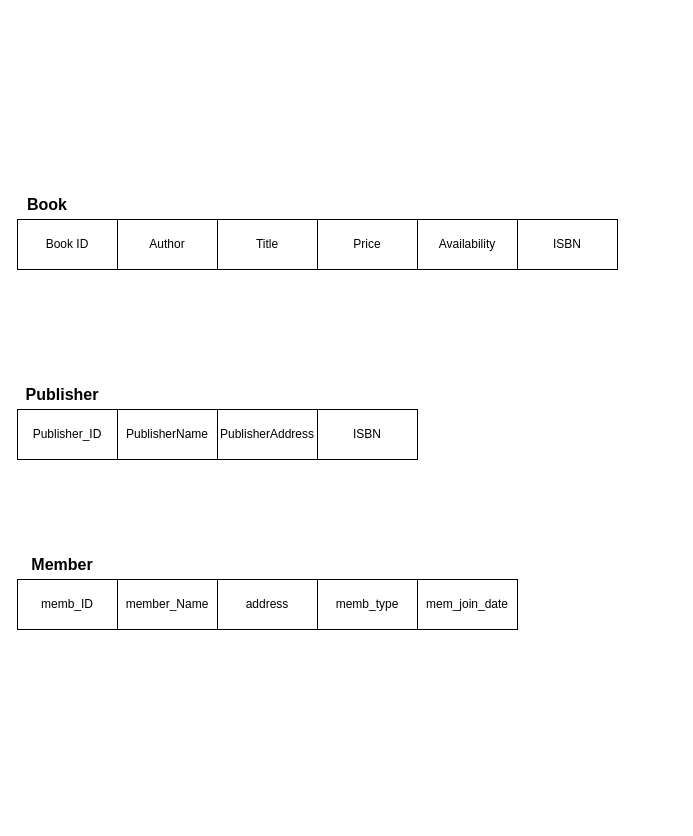
This is TABA/Untitled Diagram.drawio from sergio-oliveira-br/Database, a draw.io file, before an edit. Source tidied: cells renumbered, new cells numbered last; positions are measured from the earlier drawing's top-left corner, leaving out a move shared by most shapes. Both pictures are drawn from the tidied source at 100%, with x=0, y=0 at pixel (17, 189).
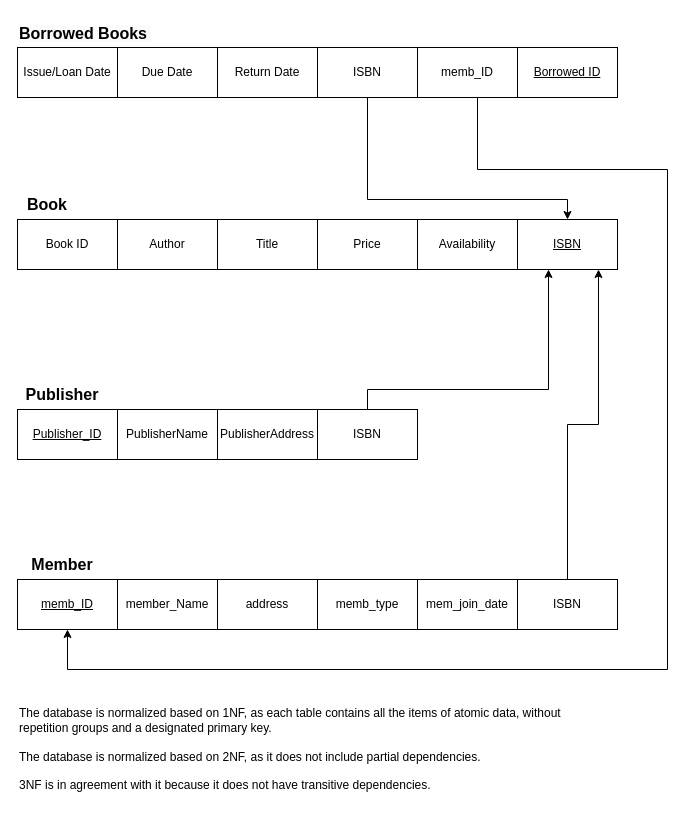
After the change.

Unchanged cells that the change refers to:
```xml
<mxCell id="14" value="ISBN" style="rounded=0;whiteSpace=wrap;html=1;" parent="1" vertex="1">
  <mxGeometry x="300" y="220" width="100" height="50" as="geometry" />
</mxCell>
```

The edit, as a diff of the source:
```diff
@@
-    <mxCell id="7" value="ISBN" style="rounded=0;whiteSpace=wrap;html=1;" parent="1" vertex="1">
+    <mxCell id="7" value="ISBN" style="rounded=0;whiteSpace=wrap;html=1;fontStyle=4;" parent="1" vertex="1">
       <mxGeometry x="500" y="30" width="100" height="50" as="geometry" />
     </mxCell>
-    <mxCell id="8" value="Publisher_ID" style="rounded=0;whiteSpace=wrap;html=1;" parent="1" vertex="1">
+    <mxCell id="8" value="Publisher_ID" style="rounded=0;whiteSpace=wrap;html=1;fontStyle=4;" parent="1" vertex="1">
       <mxGeometry y="220" width="100" height="50" as="geometry" />
     </mxCell>
@@
+    <mxCell id="20" style="edgeStyle=orthogonalEdgeStyle;rounded=0;jettySize=auto;html=1;" parent="1" edge="1" source="14" target="7">
+      <mxGeometry relative="1" as="geometry">
+        <Array as="points">
+          <mxPoint x="350" y="200" />
+          <mxPoint x="531" y="200" />
+        </Array>
+      </mxGeometry>
+    </mxCell>
@@
+    <mxCell id="21" style="edgeStyle=orthogonalEdgeStyle;rounded=0;jettySize=auto;html=1;" parent="1" edge="1" source="28" target="15">
+      <mxGeometry relative="1" as="geometry">
+        <Array as="points">
+          <mxPoint x="460" y="-20" />
+          <mxPoint x="650" y="-20" />
+          <mxPoint x="650" y="480" />
+          <mxPoint x="50" y="480" />
+        </Array>
+      </mxGeometry>
+    </mxCell>
-    <mxCell id="15" value="memb_ID" style="rounded=0;whiteSpace=wrap;html=1;" parent="1" vertex="1">
+    <mxCell id="15" value="memb_ID" style="rounded=0;whiteSpace=wrap;html=1;fontStyle=4;" parent="1" vertex="1">
       <mxGeometry y="390" width="100" height="50" as="geometry" />
     </mxCell>
@@
+    <mxCell id="22" value="Issue/Loan Date" style="rounded=0;whiteSpace=wrap;html=1;fontStyle=0;" parent="1" vertex="1">
+      <mxGeometry y="-142" width="100" height="50" as="geometry" />
+    </mxCell>
+    <mxCell id="23" value="Due Date" style="rounded=0;whiteSpace=wrap;html=1;" parent="1" vertex="1">
+      <mxGeometry x="100" y="-142" width="100" height="50" as="geometry" />
+    </mxCell>
+    <mxCell id="24" value="Return Date" style="rounded=0;whiteSpace=wrap;html=1;" parent="1" vertex="1">
+      <mxGeometry x="200" y="-142" width="100" height="50" as="geometry" />
+    </mxCell>
+    <mxCell id="25" style="edgeStyle=orthogonalEdgeStyle;rounded=0;jettySize=auto;html=1;" parent="1" edge="1" source="26" target="7">
+      <mxGeometry relative="1" as="geometry">
+        <Array as="points">
+          <mxPoint x="550" y="235" />
+          <mxPoint x="581" y="235" />
+        </Array>
+      </mxGeometry>
+    </mxCell>
+    <mxCell id="26" value="ISBN" style="rounded=0;whiteSpace=wrap;html=1;" parent="1" vertex="1">
+      <mxGeometry x="500" y="390" width="100" height="50" as="geometry" />
+    </mxCell>
+    <mxCell id="27" value="The database is normalized based on 1NF, as each table contains all the items of atomic data, without repetition groups and a designated primary key.&lt;br&gt;&lt;br&gt;The database is normalized based on 2NF, as it does not include partial dependencies.&lt;br&gt;&lt;br&gt;3NF is in agreement with it because it does not have transitive dependencies.&amp;nbsp;" style="text;html=1;strokeColor=none;fillColor=none;align=left;verticalAlign=middle;whiteSpace=wrap;rounded=0;" parent="1" vertex="1">
+      <mxGeometry y="490" width="550" height="140" as="geometry" />
+    </mxCell>
+    <mxCell id="28" value="memb_ID" style="rounded=0;whiteSpace=wrap;html=1;fontStyle=0;" parent="1" vertex="1">
+      <mxGeometry x="400" y="-142" width="100" height="50" as="geometry" />
+    </mxCell>
+    <mxCell id="29" style="edgeStyle=orthogonalEdgeStyle;rounded=0;jettySize=auto;html=1;" parent="1" edge="1" source="30" target="7">
+      <mxGeometry relative="1" as="geometry">
+        <Array as="points">
+          <mxPoint x="350" y="10" />
+          <mxPoint x="550" y="10" />
+        </Array>
+      </mxGeometry>
+    </mxCell>
+    <mxCell id="30" value="ISBN" style="rounded=0;whiteSpace=wrap;html=1;" parent="1" vertex="1">
+      <mxGeometry x="300" y="-142" width="100" height="50" as="geometry" />
+    </mxCell>
+    <mxCell id="31" value="Borrowed ID" style="rounded=0;whiteSpace=wrap;html=1;fontStyle=4;" parent="1" vertex="1">
+      <mxGeometry x="500" y="-142" width="100" height="50" as="geometry" />
+    </mxCell>
+    <mxCell id="32" value="&lt;span style=&quot;caret-color: rgb(0, 0, 0); color: rgb(0, 0, 0); font-family: Helvetica; font-size: 16px; font-style: normal; font-variant-caps: normal; font-weight: 700; letter-spacing: normal; text-align: center; text-indent: 0px; text-transform: none; word-spacing: 0px; -webkit-text-stroke-width: 0px; background-color: rgb(251, 251, 251); text-decoration: none; float: none; display: inline !important;&quot;&gt;Borrowed Books&amp;nbsp;&lt;/span&gt;" style="text;whiteSpace=wrap;html=1;" parent="1" vertex="1">
+      <mxGeometry y="-172" width="211" height="40" as="geometry" />
+    </mxCell>
```
